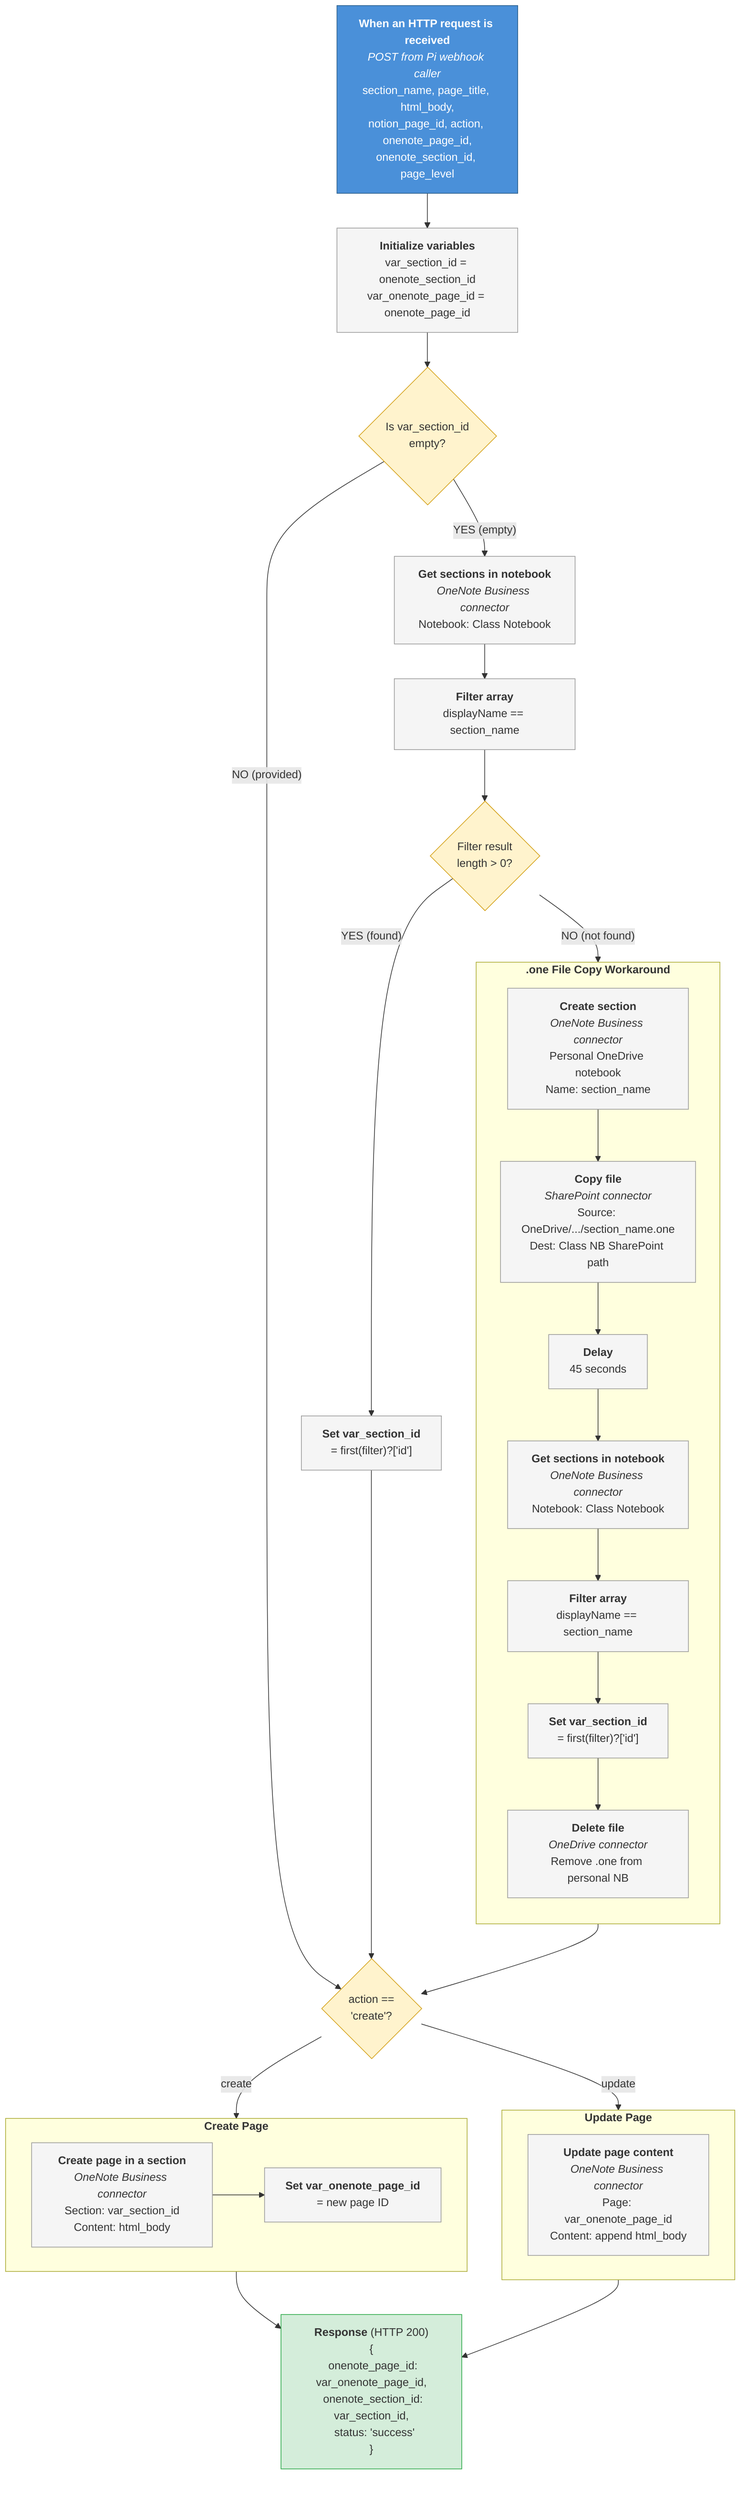
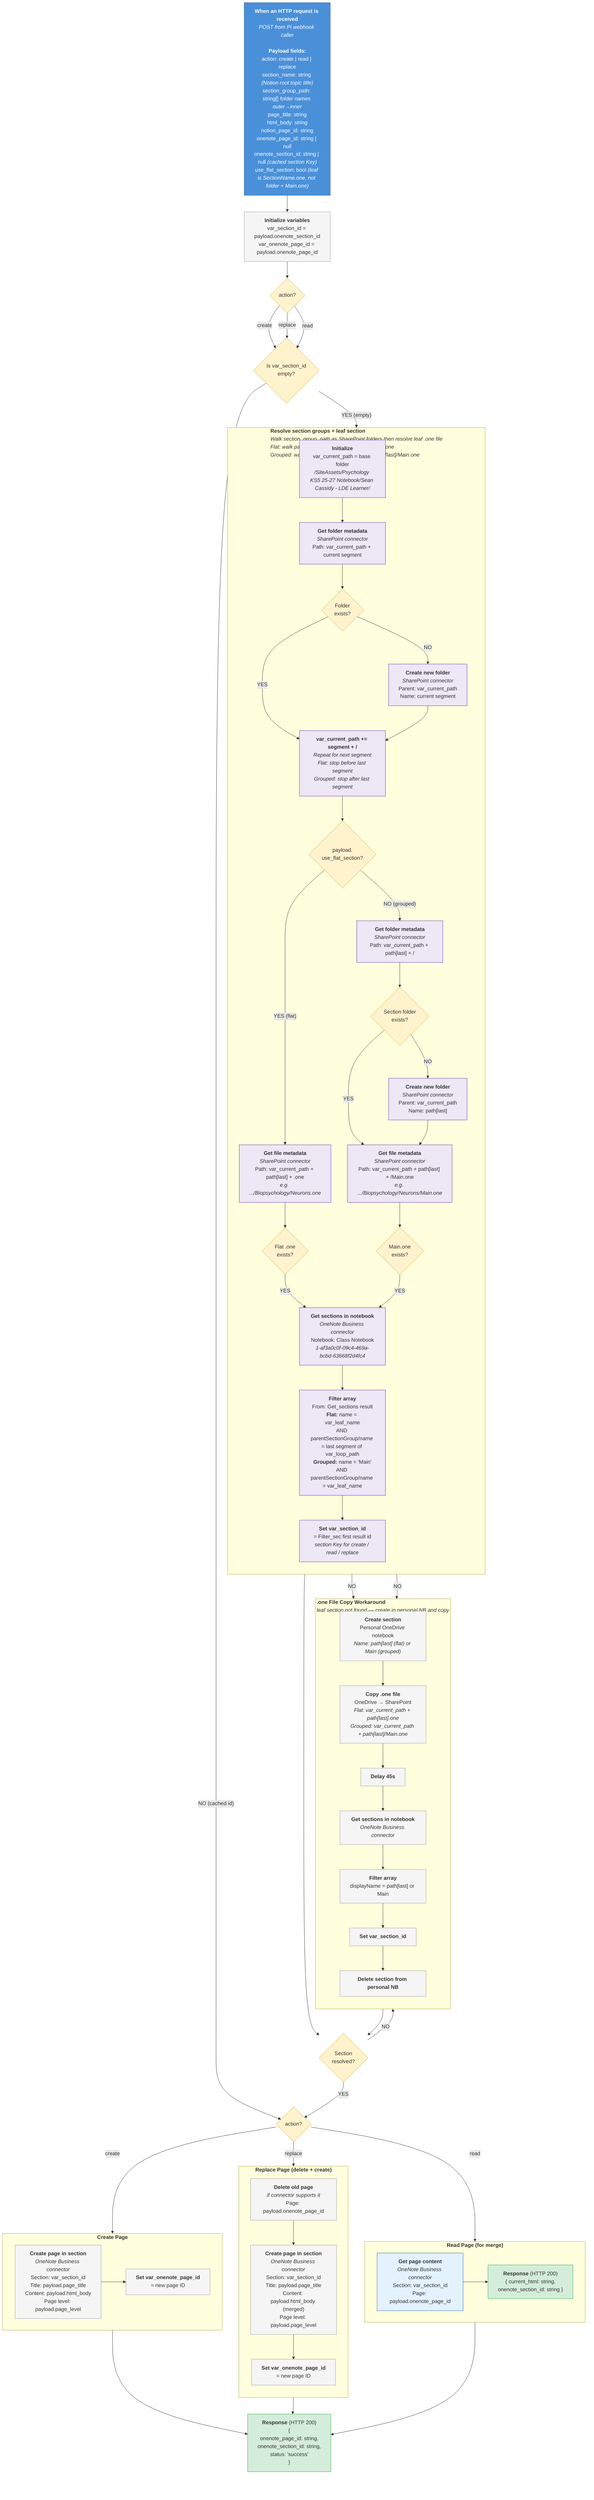
%%{ init: { "theme": "default", "flowchart": { "curve": "basis" } } }%%
flowchart TD
-     trigger["<b>When an HTTP request is received</b><br/><i>POST from Pi webhook caller</i><br/>section_name, page_title, html_body,<br/>notion_page_id, action, onenote_page_id,<br/>onenote_section_id, page_level"]
+     trigger["<b>When an HTTP request is received</b><br/><i>POST from Pi webhook caller</i><br/><br/><b>Payload fields:</b><br/>action: create | read | replace<br/>section_name: string <i>(Notion root topic title)</i><br/>section_group_path: string[] <i>folder names outer→inner</i><br/>page_title: string<br/>html_body: string<br/>notion_page_id: string<br/>onenote_page_id: string | null<br/>onenote_section_id: string | null <i>(cached section Key)</i><br/>use_flat_section: bool <i>(leaf is SectionName.one, not folder + Main.one)</i>"]

-     init_vars["<b>Initialize variables</b><br/>var_section_id = onenote_section_id<br/>var_onenote_page_id = onenote_page_id"]
+     init_vars["<b>Initialize variables</b><br/>var_section_id = payload.onenote_section_id<br/>var_onenote_page_id = payload.onenote_page_id"]

+     cond_action{"action?"}
+ 
+     %% ── READ branch ──
+     subgraph read_block ["<b>Read Page (for merge)</b>"]
+         read_page["<b>Get page content</b><br/><i>OneNote Business connector</i><br/>Section: var_section_id<br/>Page: payload.onenote_page_id"]
+         read_response["<b>Response</b> (HTTP 200)<br/>{ current_html: string,<br/>  onenote_section_id: string }"]
+         read_page --> read_response
+     end
+ 
+     %% ── Section resolution ──
    cond_section{"Is var_section_id<br/>empty?"}

-     get_sections["<b>Get sections in notebook</b><br/><i>OneNote Business connector</i><br/>Notebook: Class Notebook"]
+     subgraph folder_model ["<b>Resolve section groups + leaf section</b><br/><i>Walk section_group_path as SharePoint folders then resolve leaf .one file</i><br/><i>Flat: walk path[0..n-2] as folders, leaf = path[n-1].one</i><br/><i>Grouped: walk path[0..n-1] as folders, leaf = path[last]/Main.one</i>"]
+         direction TB

-     filter_sections["<b>Filter array</b><br/>displayName == section_name"]
+         parse["<b>Initialize</b><br/>var_current_path = base folder<br/><i>/SiteAssets/Psychology KS5 25-27 Notebook/Sean Cassidy - LDE Learner/</i>"]

-     cond_exists{"Filter result<br/>length > 0?"}
+         get_folder["<b>Get folder metadata</b><br/><i>SharePoint connector</i><br/>Path: var_current_path + current segment"]

-     set_existing["<b>Set var_section_id</b><br/>= first(filter)?['id']"]
+         cond_sg{"Folder<br/>exists?"}

-     subgraph one_copy ["<b>.one File Copy Workaround</b>"]
+         create_folder["<b>Create new folder</b><br/><i>SharePoint connector</i><br/>Parent: var_current_path<br/>Name: current segment"]
+ 
+         advance_path["<b>var_current_path += segment + /</b><br/><i>Repeat for next segment<br/>Flat: stop before last segment<br/>Grouped: stop after last segment</i>"]
+ 
+         cond_flat_mode{"payload.<br/>use_flat_section?"}
+ 
+         check_leaf_flat["<b>Get file metadata</b><br/><i>SharePoint connector</i><br/>Path: var_current_path + path[last] + .one<br/><i>e.g. .../Biopsychology/Neurons.one</i>"]
+ 
+         cond_leaf_exists{"Flat .one<br/>exists?"}
+ 
+         check_sec_folder["<b>Get folder metadata</b><br/><i>SharePoint connector</i><br/>Path: var_current_path + path[last] + /"]
+ 
+         cond_sec_folder{"Section folder<br/>exists?"}
+ 
+         create_sec_folder["<b>Create new folder</b><br/><i>SharePoint connector</i><br/>Parent: var_current_path<br/>Name: path[last]"]
+ 
+         check_main["<b>Get file metadata</b><br/><i>SharePoint connector</i><br/>Path: var_current_path + path[last] + /Main.one<br/><i>e.g. .../Biopsychology/Neurons/Main.one</i>"]
+ 
+         cond_main_exists{"Main.one<br/>exists?"}
+ 
+         get_sections_nb["<b>Get sections in notebook</b><br/><i>OneNote Business connector</i><br/>Notebook: Class Notebook<br/><i>1-af3a0c0f-09c4-469a-bcbd-63668f2d4fc4</i>"]
+ 
+         filter_sec_pa["<b>Filter array</b><br/>From: Get_sections result<br/><b>Flat:</b> name = var_leaf_name<br/>AND parentSectionGroup/name = last segment of var_loop_path<br/><b>Grouped:</b> name = 'Main'<br/>AND parentSectionGroup/name = var_leaf_name"]
+ 
+         set_var["<b>Set var_section_id</b><br/>= Filter_sec first result id<br/><i>section Key for create / read / replace</i>"]
+ 
+         parse --> get_folder --> cond_sg
+         cond_sg -- "YES" --> advance_path
+         cond_sg -- "NO" --> create_folder --> advance_path
+         advance_path --> cond_flat_mode
+         cond_flat_mode -- "YES (flat)" --> check_leaf_flat --> cond_leaf_exists
+         cond_flat_mode -- "NO (grouped)" --> check_sec_folder --> cond_sec_folder
+         cond_sec_folder -- "YES" --> check_main
+         cond_sec_folder -- "NO" --> create_sec_folder --> check_main
+         check_main --> cond_main_exists
+         cond_leaf_exists -- "YES" --> get_sections_nb
+         cond_main_exists -- "YES" --> get_sections_nb
+         get_sections_nb --> filter_sec_pa --> set_var
+     end
+ 
+     subgraph one_copy ["<b>.one File Copy Workaround</b><br/><i>leaf section not found — create in personal NB and copy</i>"]
        direction TB
-         create_personal["<b>Create section</b><br/><i>OneNote Business connector</i><br/>Personal OneDrive notebook<br/>Name: section_name"]
- 
-         copy_file["<b>Copy file</b><br/><i>SharePoint connector</i><br/>Source: OneDrive/.../section_name.one<br/>Dest: Class NB SharePoint path"]
- 
-         delay["<b>Delay</b><br/>45 seconds"]
- 
-         get_sections2["<b>Get sections in notebook</b><br/><i>OneNote Business connector</i><br/>Notebook: Class Notebook"]
- 
-         filter2["<b>Filter array</b><br/>displayName == section_name"]
- 
-         set_new["<b>Set var_section_id</b><br/>= first(filter)?['id']"]
- 
-         cleanup["<b>Delete file</b><br/><i>OneDrive connector</i><br/>Remove .one from personal NB"]
- 
+         create_personal["<b>Create section</b><br/>Personal OneDrive notebook<br/><i>Name: path[last] (flat) or Main (grouped)</i>"]
+         copy_file["<b>Copy .one file</b><br/>OneDrive → SharePoint<br/><i>Flat: var_current_path + path[last].one</i><br/><i>Grouped: var_current_path + path[last]/Main.one</i>"]
+         delay["<b>Delay 45s</b>"]
+         get_sections2["<b>Get sections in notebook</b><br/><i>OneNote Business connector</i>"]
+         filter2["<b>Filter array</b><br/>displayName = path[last] or Main"]
+         set_new["<b>Set var_section_id</b>"]
+         cleanup["<b>Delete section from personal NB</b>"]
        create_personal --> copy_file --> delay --> get_sections2 --> filter2 --> set_new --> cleanup
    end

-     cond_action{"action ==<br/>'create'?"}
+     cond_leaf_exists -- "NO" --> one_copy
+     cond_main_exists -- "NO" --> one_copy

+     cond_sec_ok{"Section<br/>resolved?"}
+     set_var --> cond_sec_ok
+     cleanup --> cond_sec_ok
+     cond_sec_ok -- "NO" --> one_copy
+     cond_sec_ok -- "YES" --> route_action
+ 
+     %% ── CREATE branch ──
    subgraph create_block ["<b>Create Page</b>"]
-         create_page["<b>Create page in a section</b><br/><i>OneNote Business connector</i><br/>Section: var_section_id<br/>Content: html_body"]
+         create_page["<b>Create page in section</b><br/><i>OneNote Business connector</i><br/>Section: var_section_id<br/>Title: payload.page_title<br/>Content: payload.html_body<br/>Page level: payload.page_level"]
        set_page_id["<b>Set var_onenote_page_id</b><br/>= new page ID"]
        create_page --> set_page_id
    end

-     subgraph update_block ["<b>Update Page</b>"]
-         update_page["<b>Update page content</b><br/><i>OneNote Business connector</i><br/>Page: var_onenote_page_id<br/>Content: append html_body"]
+     %% ── REPLACE branch ──
+     subgraph replace_block ["<b>Replace Page (delete + create)</b>"]
+         direction TB
+         delete_old["<b>Delete old page</b><br/><i>if connector supports it</i><br/>Page: payload.onenote_page_id"]
+         create_new["<b>Create page in section</b><br/><i>OneNote Business connector</i><br/>Section: var_section_id<br/>Title: payload.page_title<br/>Content: payload.html_body (merged)<br/>Page level: payload.page_level"]
+         set_new_id["<b>Set var_onenote_page_id</b><br/>= new page ID"]
+         delete_old --> create_new --> set_new_id
    end

-     response["<b>Response</b> (HTTP 200)<br/>{<br/>  onenote_page_id: var_onenote_page_id,<br/>  onenote_section_id: var_section_id,<br/>  status: 'success'<br/>}"]
+     response["<b>Response</b> (HTTP 200)<br/>{<br/>  onenote_page_id: string,<br/>  onenote_section_id: string,<br/>  status: 'success'<br/>}"]

-     trigger --> init_vars --> cond_section
-     cond_section -- "YES (empty)" --> get_sections
-     cond_section -- "NO (provided)" --> cond_action
-     get_sections --> filter_sections --> cond_exists
-     cond_exists -- "YES (found)" --> set_existing --> cond_action
-     cond_exists -- "NO (not found)" --> one_copy --> cond_action
-     cond_action -- "create" --> create_block --> response
-     cond_action -- "update" --> update_block --> response
+     trigger --> init_vars --> cond_action
+     cond_action -- "create" --> cond_section
+     cond_action -- "replace" --> cond_section
+     cond_action -- "read" --> cond_section
+ 
+     cond_section -- "YES (empty)" --> parse
+     cond_section -- "NO (cached id)" --> route_action
+ 
+     route_action{"action?"}
+     route_action -- "create" --> create_block --> response
+     route_action -- "replace" --> replace_block --> response
+     route_action -- "read" --> read_block
+ 
+     read_block --> response

    classDef trigger fill:#4A90D9,stroke:#2C5F8A,color:#fff
    classDef action fill:#F5F5F5,stroke:#999,color:#333
    classDef condition fill:#FFF3CD,stroke:#D4A017,color:#333
-     classDef subgraphStyle fill:#FFF0F0,stroke:#CC5555
    classDef response fill:#D4EDDA,stroke:#28A745,color:#333
+     classDef read fill:#E3F2FD,stroke:#1565C0,color:#333
+     classDef folder fill:#EDE7F6,stroke:#5E35B1,color:#333

    class trigger trigger
-     class init_vars,get_sections,filter_sections,set_existing,create_page,set_page_id,update_page action
-     class create_personal,copy_file,delay,get_sections2,filter2,set_new,cleanup action
-     class cond_section,cond_exists,cond_action condition
-     class response response
+     class init_vars,create_personal,copy_file,delay,get_sections2,filter2,set_new,cleanup action
+     class create_page,set_page_id,delete_old,create_new,set_new_id action
+     class read_page read
+     class cond_action,cond_section,cond_sec_ok,route_action condition
+     class response,read_response response
+     class parse,get_folder,create_folder,advance_path,check_leaf_flat,check_sec_folder,create_sec_folder,check_main,get_sections_nb,filter_sec_pa,set_var folder
+     class cond_sg,cond_flat_mode,cond_leaf_exists,cond_sec_folder,cond_main_exists condition
